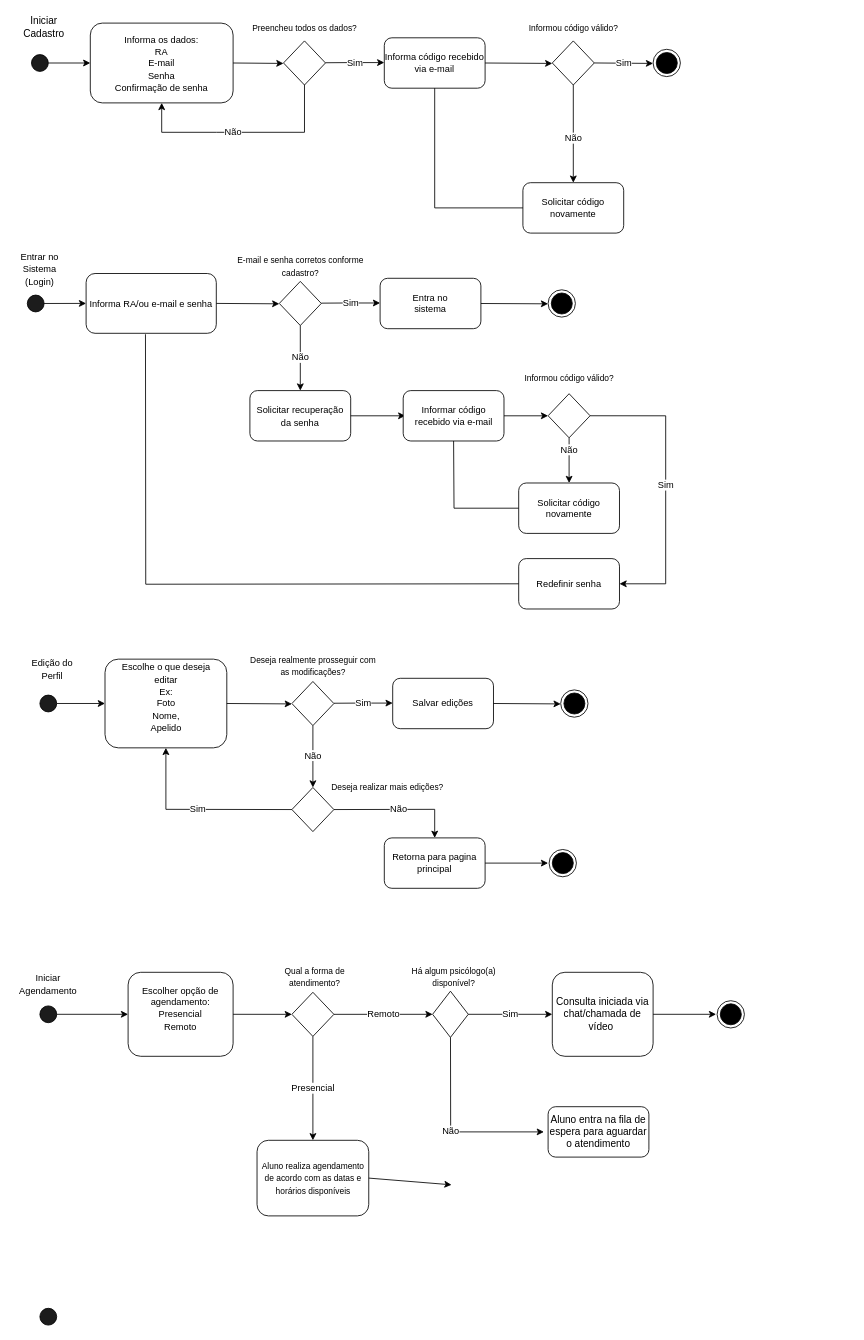
Before: projeto/Diagrama sem nome.drawio in edueevaristo/atividade-fabricadeprojetos, a draw.io diagram. Source tidied: cells renumbered, new cells numbered last; positions are measured from the earlier drawing's top-left corner, leaving out a move shared by most shapes. Both pictures are drawn from the tidied source at 84%, with x=0, y=0 at pixel (14, 14).
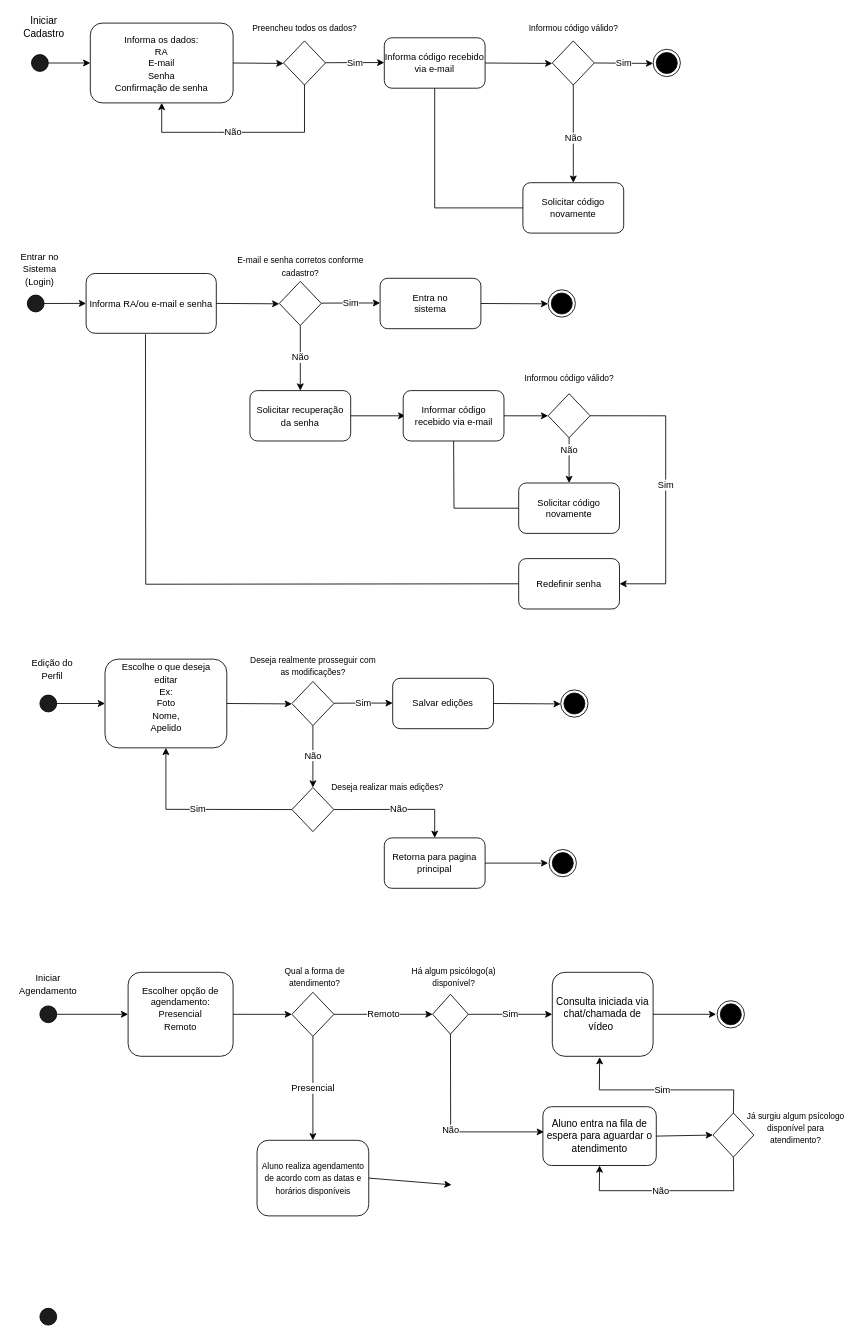
After the change.

Unchanged cells that the change refers to:
```xml
<mxCell id="80" value="Consulta iniciada via chat/chamada de vídeo&amp;nbsp;" style="rounded=1;whiteSpace=wrap;html=1;" parent="1" vertex="1">
  <mxGeometry x="640" y="1140" width="120" height="100" as="geometry" />
</mxCell>
```

The edit, as a diff of the source:
```diff
@@
     <mxCell id="76" style="rhombus;whiteSpace=wrap;html=1;" parent="1" vertex="1">
-      <mxGeometry x="497.5" y="1162.5" width="42.5" height="55" as="geometry" />
+      <mxGeometry x="497.5" y="1166.2" width="42.5" height="47.5" as="geometry" />
     </mxCell>
@@
     <mxCell id="87" value="Aluno entra na fila de espera para aguardar o atendimento" style="rounded=1;whiteSpace=wrap;html=1;" parent="1" vertex="1">
-      <mxGeometry x="635" y="1300" width="120" height="60" as="geometry" />
+      <mxGeometry x="628.8" y="1300" width="135" height="70" as="geometry" />
     </mxCell>
+    <mxCell id="88" style="rhombus;whiteSpace=wrap;html=1;" parent="1" vertex="1">
+      <mxGeometry x="831.2" y="1307.5" width="48.8" height="52.5" as="geometry" />
+    </mxCell>
+    <mxCell id="89" style="endArrow=classic;html=1;rounded=0;exitX=1;exitY=0.5;exitDx=0;exitDy=0;entryX=0;entryY=0.5;entryDx=0;entryDy=0;" parent="1" edge="1" source="87" target="88">
+      <mxGeometry relative="1" as="geometry" />
+    </mxCell>
+    <mxCell id="90" value="&lt;font style=&quot;font-size: 10px;&quot;&gt;Já surgiu algum psícologo disponível para atendimento?&lt;/font&gt;" style="text;strokeColor=none;align=center;fillColor=none;html=1;verticalAlign=middle;whiteSpace=wrap;rounded=0;" parent="1" vertex="1">
+      <mxGeometry x="865" y="1310" width="130" height="30" as="geometry" />
+    </mxCell>
+    <mxCell id="91" value="Sim" style="endArrow=classic;html=1;rounded=0;exitX=0.5;exitY=0;exitDx=0;exitDy=0;entryX=0.47;entryY=1.01;entryDx=0;entryDy=0;entryPerimeter=0;" parent="1" edge="1" source="88" target="80">
+      <mxGeometry relative="1" as="geometry">
+        <Array as="points">
+          <mxPoint x="856" y="1280" />
+          <mxPoint x="696" y="1280" />
+        </Array>
+      </mxGeometry>
+    </mxCell>
+    <mxCell id="92" style="endArrow=classic;html=1;rounded=0;exitX=0.5;exitY=1;exitDx=0;exitDy=0;entryX=0.5;entryY=1;entryDx=0;entryDy=0;" parent="1" edge="1" source="88" target="87">
+      <mxGeometry relative="1" as="geometry">
+        <Array as="points">
+          <mxPoint x="856" y="1400" />
+          <mxPoint x="696" y="1400" />
+        </Array>
+      </mxGeometry>
+    </mxCell>
+    <mxCell id="93" value="Não" style="edgeLabel;html=1;align=center;verticalAlign=middle;" parent="92" vertex="1">
+      <mxGeometry x="0.11" y="-1" relative="1" as="geometry" />
+    </mxCell>
```
